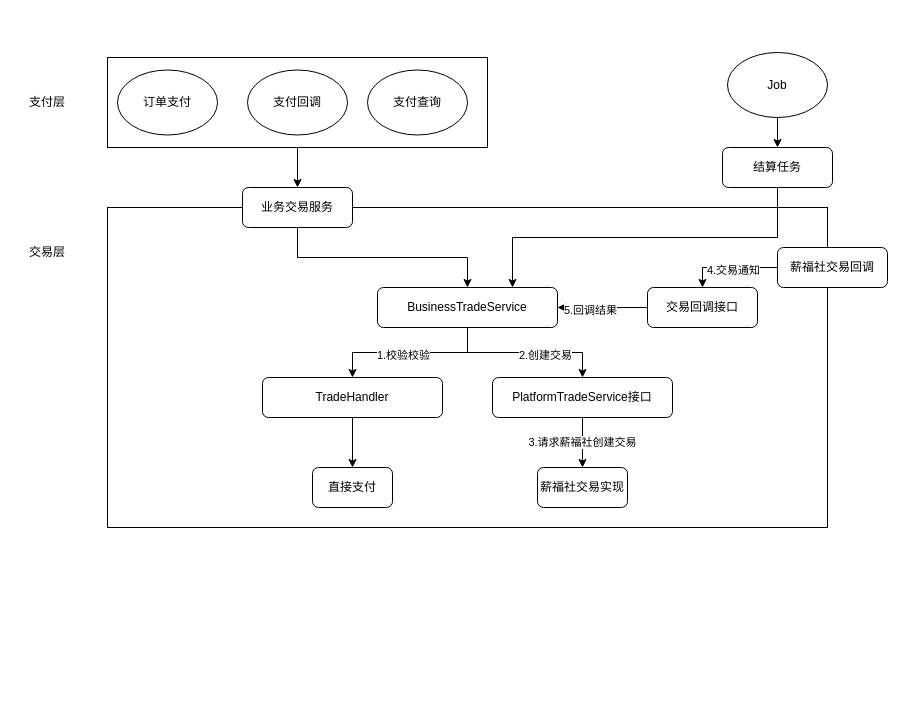
Before: page "第 5 页" (5 of 5) of 未命名绘图.drawio in 789489498/kafka-trunk, a draw.io diagram. Source tidied: cells renumbered, new cells numbered last; positions are measured from the earlier drawing's top-left corner, leaving out a move shared by most shapes. Both pictures are drawn from the tidied source at 100%, with x=0, y=0 at pixel (17, 52).
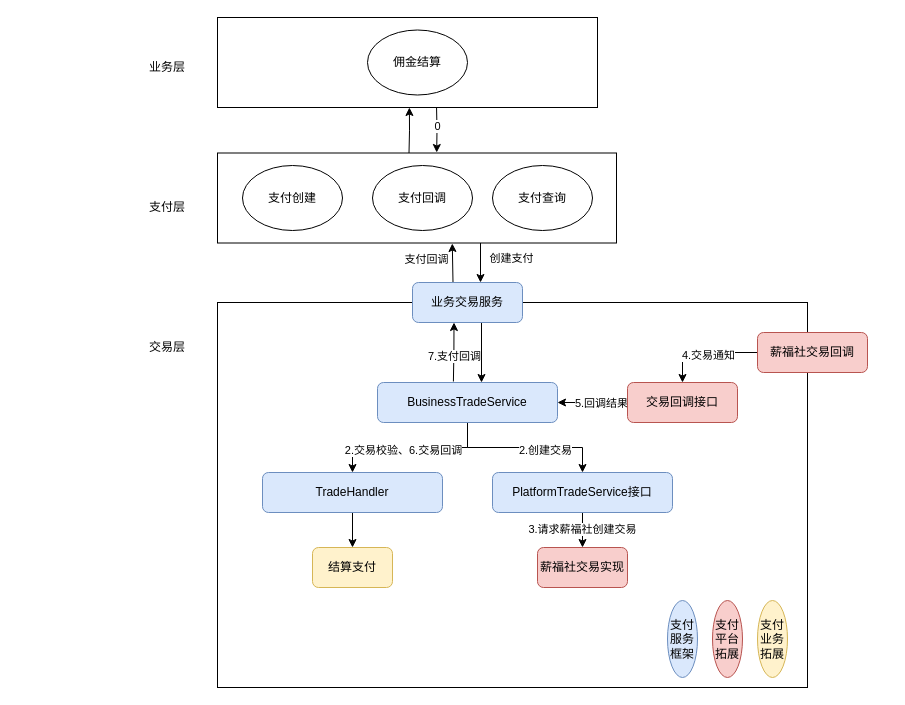
The same page after the edit.

Commit message:
更新未命名绘图.drawio

The change refers to these unchanged cells:
```xml
<mxCell id="12" style="edgeStyle=orthogonalEdgeStyle;rounded=0;jettySize=auto;html=1;exitX=0.5;exitY=1;exitDx=0;exitDy=0;entryX=0.5;entryY=0;entryDx=0;entryDy=0;" parent="1" edge="1" source="16" target="18">
  <mxGeometry relative="1" as="geometry" />
</mxCell>
<mxCell id="26" style="edgeStyle=orthogonalEdgeStyle;rounded=0;jettySize=auto;html=1;exitX=0;exitY=0.5;exitDx=0;exitDy=0;entryX=1;entryY=0.5;entryDx=0;entryDy=0;" parent="1" edge="1" source="28" target="16">
  <mxGeometry relative="1" as="geometry" />
</mxCell>
```

Diff of the diagram source:
```diff
@@
+    <mxCell id="33" style="edgeStyle=orthogonalEdgeStyle;rounded=0;orthogonalLoop=1;jettySize=auto;html=1;exitX=0.658;exitY=0.978;exitDx=0;exitDy=0;entryX=0.627;entryY=-0.006;entryDx=0;entryDy=0;exitPerimeter=0;entryPerimeter=0;" parent="1" edge="1">
+      <mxGeometry relative="1" as="geometry">
+        <mxPoint x="419" y="53" as="sourcePoint" />
+        <mxPoint x="419.2" y="100" as="targetPoint" />
+      </mxGeometry>
+    </mxCell>
+    <mxCell id="34" value="0" style="edgeLabel;html=1;align=center;verticalAlign=middle;" parent="33" vertex="1">
+      <mxGeometry x="-0.51" relative="1" as="geometry">
+        <mxPoint y="9" as="offset" />
+      </mxGeometry>
+    </mxCell>
+    <mxCell id="35" style="rounded=0;whiteSpace=wrap;html=1;" parent="1" vertex="1">
+      <mxGeometry x="200" y="-35" width="380" height="90" as="geometry" />
+    </mxCell>
-    <mxCell id="2" style="edgeStyle=orthogonalEdgeStyle;rounded=0;jettySize=auto;html=1;exitX=0.5;exitY=1;exitDx=0;exitDy=0;entryX=0.5;entryY=0;entryDx=0;entryDy=0;" parent="1" edge="1" source="3" target="11">
-      <mxGeometry relative="1" as="geometry" />
+    <mxCell id="2" style="edgeStyle=orthogonalEdgeStyle;rounded=0;orthogonalLoop=1;jettySize=auto;html=1;entryX=0.5;entryY=0;entryDx=0;entryDy=0;" parent="1" edge="1">
+      <mxGeometry relative="1" as="geometry">
+        <mxPoint x="463" y="175" as="sourcePoint" />
+        <mxPoint x="463" y="230" as="targetPoint" />
+      </mxGeometry>
     </mxCell>
+    <mxCell id="36" value="创建支付" style="edgeLabel;html=1;align=center;verticalAlign=middle;" parent="2" vertex="1">
+      <mxGeometry x="-0.35" relative="1" as="geometry">
+        <mxPoint x="30" y="12" as="offset" />
+      </mxGeometry>
+    </mxCell>
+    <mxCell id="37" style="edgeStyle=orthogonalEdgeStyle;rounded=0;orthogonalLoop=1;jettySize=auto;html=1;exitX=0.5;exitY=0;exitDx=0;exitDy=0;entryX=0.526;entryY=1;entryDx=0;entryDy=0;entryPerimeter=0;" parent="1" edge="1">
+      <mxGeometry relative="1" as="geometry">
+        <mxPoint x="391.5" y="100.5" as="sourcePoint" />
+        <mxPoint x="391.9" y="55" as="targetPoint" />
+      </mxGeometry>
+    </mxCell>
     <mxCell id="3" style="rounded=0;whiteSpace=wrap;html=1;" parent="1" vertex="1">
-      <mxGeometry x="90" y="5" width="380" height="90" as="geometry" />
+      <mxGeometry x="200" y="100.5" width="399" height="90" as="geometry" />
     </mxCell>
-    <mxCell id="4" value="订单支付" style="ellipse;whiteSpace=wrap;html=1;" parent="1" vertex="1">
-      <mxGeometry x="100" y="17.5" width="100" height="65" as="geometry" />
+    <mxCell id="4" value="支付创建" style="ellipse;whiteSpace=wrap;html=1;" parent="1" vertex="1">
+      <mxGeometry x="225" y="113" width="100" height="65" as="geometry" />
     </mxCell>
     <mxCell id="5" value="支付回调" style="ellipse;whiteSpace=wrap;html=1;" parent="1" vertex="1">
-      <mxGeometry x="230" y="17.5" width="100" height="65" as="geometry" />
+      <mxGeometry x="355" y="113" width="100" height="65" as="geometry" />
     </mxCell>
     <mxCell id="6" value="支付查询" style="ellipse;whiteSpace=wrap;html=1;" parent="1" vertex="1">
-      <mxGeometry x="350" y="17.5" width="100" height="65" as="geometry" />
+      <mxGeometry x="475" y="113" width="100" height="65" as="geometry" />
     </mxCell>
     <mxCell id="7" style="rounded=0;whiteSpace=wrap;html=1;" parent="1" vertex="1">
-      <mxGeometry x="90" y="155" width="720" height="320" as="geometry" />
+      <mxGeometry x="200" y="250" width="590" height="385" as="geometry" />
     </mxCell>
     <mxCell id="8" value="支付层" style="text;html=1;strokeColor=none;fillColor=none;align=center;verticalAlign=middle;whiteSpace=wrap;rounded=0;" parent="1" vertex="1">
-      <mxGeometry y="35" width="60" height="30" as="geometry" />
+      <mxGeometry x="120" y="140" width="60" height="30" as="geometry" />
     </mxCell>
     <mxCell id="9" value="交易层" style="text;html=1;strokeColor=none;fillColor=none;align=center;verticalAlign=middle;whiteSpace=wrap;rounded=0;" parent="1" vertex="1">
-      <mxGeometry y="185" width="60" height="30" as="geometry" />
+      <mxGeometry x="120" y="280" width="60" height="30" as="geometry" />
     </mxCell>
-    <mxCell id="10" style="edgeStyle=orthogonalEdgeStyle;rounded=0;jettySize=auto;html=1;exitX=0.5;exitY=1;exitDx=0;exitDy=0;" parent="1" edge="1" source="11" target="16">
-      <mxGeometry relative="1" as="geometry" />
+    <mxCell id="10" style="edgeStyle=orthogonalEdgeStyle;rounded=0;orthogonalLoop=1;jettySize=auto;html=1;exitX=0.5;exitY=1;exitDx=0;exitDy=0;" parent="1" edge="1">
+      <mxGeometry relative="1" as="geometry">
+        <mxPoint x="464" y="270" as="sourcePoint" />
+        <mxPoint x="464" y="330" as="targetPoint" />
+      </mxGeometry>
     </mxCell>
+    <mxCell id="38" style="edgeStyle=orthogonalEdgeStyle;rounded=0;orthogonalLoop=1;jettySize=auto;html=1;exitX=0.25;exitY=0;exitDx=0;exitDy=0;entryX=0.556;entryY=1.006;entryDx=0;entryDy=0;entryPerimeter=0;" parent="1" edge="1">
+      <mxGeometry relative="1" as="geometry">
+        <mxPoint x="435.5" y="230" as="sourcePoint" />
+        <mxPoint x="434.8" y="191" as="targetPoint" />
+      </mxGeometry>
+    </mxCell>
+    <mxCell id="39" value="支付回调" style="edgeLabel;html=1;align=center;verticalAlign=middle;" parent="38" vertex="1">
+      <mxGeometry x="-0.23" relative="1" as="geometry">
+        <mxPoint x="-27" y="-9" as="offset" />
+      </mxGeometry>
+    </mxCell>
-    <mxCell id="11" value="业务交易服务" style="rounded=1;whiteSpace=wrap;html=1;" parent="1" vertex="1">
-      <mxGeometry x="225" y="135" width="110" height="40" as="geometry" />
+    <mxCell id="11" value="业务交易服务" style="rounded=1;whiteSpace=wrap;html=1;fillColor=#dae8fc;strokeColor=#6c8ebf;" parent="1" vertex="1">
+      <mxGeometry x="395" y="230" width="110" height="40" as="geometry" />
     </mxCell>
@@
-    <mxCell id="13" value="1.校验校验" style="edgeLabel;html=1;align=center;verticalAlign=middle;" parent="12" vertex="1">
+    <mxCell id="13" value="2.交易校验、6.交易回调" style="edgeLabel;html=1;align=center;verticalAlign=middle;" parent="12" vertex="1">
       <mxGeometry x="0.09" y="2" relative="1" as="geometry" />
     </mxCell>
@@
+    <mxCell id="40" style="edgeStyle=orthogonalEdgeStyle;rounded=0;orthogonalLoop=1;jettySize=auto;html=1;exitX=0.344;exitY=-0.025;exitDx=0;exitDy=0;entryX=0.25;entryY=1;entryDx=0;entryDy=0;exitPerimeter=0;" parent="1" edge="1">
+      <mxGeometry relative="1" as="geometry">
+        <mxPoint x="435.9" y="329" as="sourcePoint" />
+        <mxPoint x="436.5" y="270" as="targetPoint" />
+      </mxGeometry>
+    </mxCell>
+    <mxCell id="41" value="7.支付回调" style="edgeLabel;html=1;align=center;verticalAlign=middle;" parent="40" vertex="1">
+      <mxGeometry x="-0.13" relative="1" as="geometry" />
+    </mxCell>
-    <mxCell id="16" value="BusinessTradeService" style="rounded=1;whiteSpace=wrap;html=1;" parent="1" vertex="1">
-      <mxGeometry x="360" y="235" width="180" height="40" as="geometry" />
+    <mxCell id="16" value="BusinessTradeService" style="rounded=1;whiteSpace=wrap;html=1;fillColor=#dae8fc;strokeColor=#6c8ebf;" parent="1" vertex="1">
+      <mxGeometry x="360" y="330" width="180" height="40" as="geometry" />
     </mxCell>
@@
-    <mxCell id="18" value="TradeHandler" style="rounded=1;whiteSpace=wrap;html=1;" parent="1" vertex="1">
-      <mxGeometry x="245" y="325" width="180" height="40" as="geometry" />
+    <mxCell id="18" value="TradeHandler" style="rounded=1;whiteSpace=wrap;html=1;fillColor=#dae8fc;strokeColor=#6c8ebf;" parent="1" vertex="1">
+      <mxGeometry x="245" y="420" width="180" height="40" as="geometry" />
     </mxCell>
-    <mxCell id="19" value="直接支付" style="rounded=1;whiteSpace=wrap;html=1;" parent="1" vertex="1">
-      <mxGeometry x="295" y="415" width="80" height="40" as="geometry" />
+    <mxCell id="19" value="结算支付" style="rounded=1;whiteSpace=wrap;html=1;fillColor=#fff2cc;strokeColor=#d6b656;" parent="1" vertex="1">
+      <mxGeometry x="295" y="495" width="80" height="40" as="geometry" />
     </mxCell>
@@
-    <mxCell id="21" value="PlatformTradeService接口" style="rounded=1;whiteSpace=wrap;html=1;" parent="1" vertex="1">
-      <mxGeometry x="475" y="325" width="180" height="40" as="geometry" />
+    <mxCell id="21" value="PlatformTradeService接口" style="rounded=1;whiteSpace=wrap;html=1;fillColor=#dae8fc;strokeColor=#6c8ebf;" parent="1" vertex="1">
+      <mxGeometry x="475" y="420" width="180" height="40" as="geometry" />
     </mxCell>
-    <mxCell id="22" value="薪福社交易实现" style="rounded=1;whiteSpace=wrap;html=1;" parent="1" vertex="1">
-      <mxGeometry x="520" y="415" width="90" height="40" as="geometry" />
+    <mxCell id="22" value="薪福社交易实现" style="rounded=1;whiteSpace=wrap;html=1;fillColor=#f8cecc;strokeColor=#b85450;" parent="1" vertex="1">
+      <mxGeometry x="520" y="495" width="90" height="40" as="geometry" />
     </mxCell>
@@
-    <mxCell id="25" value="薪福社交易回调" style="rounded=1;whiteSpace=wrap;html=1;" parent="1" vertex="1">
-      <mxGeometry x="760" y="195" width="110" height="40" as="geometry" />
+    <mxCell id="25" value="薪福社交易回调" style="rounded=1;whiteSpace=wrap;html=1;fillColor=#f8cecc;strokeColor=#b85450;" parent="1" vertex="1">
+      <mxGeometry x="740" y="280" width="110" height="40" as="geometry" />
     </mxCell>
@@
     <mxCell id="27" value="5.回调结果" style="edgeLabel;html=1;align=center;verticalAlign=middle;" parent="26" vertex="1">
       <mxGeometry x="0.31" y="2" relative="1" as="geometry">
-        <mxPoint x="1" as="offset" />
+        <mxPoint x="19" y="-2" as="offset" />
       </mxGeometry>
     </mxCell>
-    <mxCell id="28" value="交易回调接口" style="rounded=1;whiteSpace=wrap;html=1;" parent="1" vertex="1">
-      <mxGeometry x="630" y="235" width="110" height="40" as="geometry" />
+    <mxCell id="28" value="交易回调接口" style="rounded=1;whiteSpace=wrap;html=1;fillColor=#f8cecc;strokeColor=#b85450;" parent="1" vertex="1">
+      <mxGeometry x="610" y="330" width="110" height="40" as="geometry" />
     </mxCell>
-    <mxCell id="29" style="edgeStyle=orthogonalEdgeStyle;rounded=0;jettySize=auto;html=1;exitX=0.5;exitY=1;exitDx=0;exitDy=0;entryX=0.5;entryY=0;entryDx=0;entryDy=0;" parent="1" edge="1" source="30" target="32">
-      <mxGeometry relative="1" as="geometry" />
-    </mxCell>
-    <mxCell id="30" value="Job" style="ellipse;whiteSpace=wrap;html=1;" parent="1" vertex="1">
-      <mxGeometry x="710" width="100" height="65" as="geometry" />
-    </mxCell>
-    <mxCell id="31" style="edgeStyle=orthogonalEdgeStyle;rounded=0;jettySize=auto;html=1;exitX=0.5;exitY=1;exitDx=0;exitDy=0;entryX=0.75;entryY=0;entryDx=0;entryDy=0;" parent="1" edge="1" source="32" target="16">
-      <mxGeometry relative="1" as="geometry" />
-    </mxCell>
-    <mxCell id="32" value="结算任务" style="rounded=1;whiteSpace=wrap;html=1;" parent="1" vertex="1">
-      <mxGeometry x="705" y="95" width="110" height="40" as="geometry" />
-    </mxCell>
+    <mxCell id="42" value="佣金结算" style="ellipse;whiteSpace=wrap;html=1;" parent="1" vertex="1">
+      <mxGeometry x="350" y="-22.5" width="100" height="65" as="geometry" />
+    </mxCell>
+    <mxCell id="43" value="业务层" style="text;html=1;strokeColor=none;fillColor=none;align=center;verticalAlign=middle;whiteSpace=wrap;rounded=0;" parent="1" vertex="1">
+      <mxGeometry x="120" width="60" height="30" as="geometry" />
+    </mxCell>
+    <mxCell id="44" value="支付服务框架" style="ellipse;whiteSpace=wrap;html=1;fillColor=#dae8fc;strokeColor=#6c8ebf;" parent="1" vertex="1">
+      <mxGeometry x="650" y="548" width="30" height="77" as="geometry" />
+    </mxCell>
+    <mxCell id="45" value="支付平台拓展" style="ellipse;whiteSpace=wrap;html=1;fillColor=#f8cecc;strokeColor=#b85450;" parent="1" vertex="1">
+      <mxGeometry x="695" y="548" width="30" height="77" as="geometry" />
+    </mxCell>
+    <mxCell id="46" value="支付业务拓展" style="ellipse;whiteSpace=wrap;html=1;fillColor=#fff2cc;strokeColor=#d6b656;" parent="1" vertex="1">
+      <mxGeometry x="740" y="548" width="30" height="77" as="geometry" />
+    </mxCell>
```
